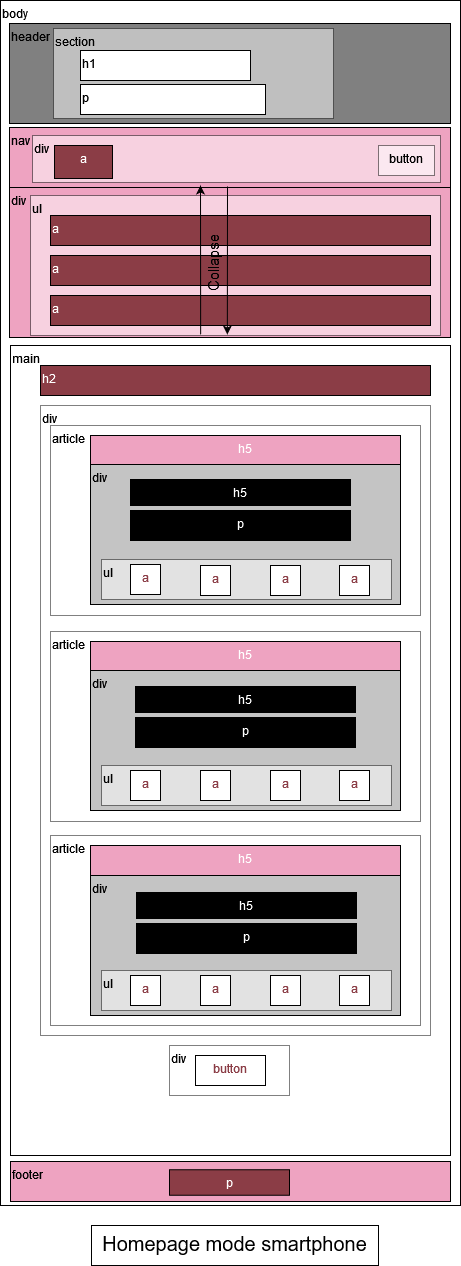
Earlier version of the draw.io export doc/Wireframes/Homepage_mode_smartphone.drawio.png (Nana-fr/Bank_account_management_app). Source tidied: cells renumbered, new cells last; positions are measured from the earlier drawing's top-left corner, leaving out a move shared by most shapes. Source of this version:
```xml
<mxGraphModel>
  <root>
    <mxCell id="0" />
    <mxCell id="1" parent="0" />
    <mxCell id="2" value="&lt;div&gt;body&lt;/div&gt;" style="rounded=0;whiteSpace=wrap;html=1;align=left;labelPosition=center;verticalLabelPosition=middle;verticalAlign=top;" parent="1" vertex="1">
      <mxGeometry width="460" height="1205" as="geometry" />
    </mxCell>
    <mxCell id="3" value="nav" style="rounded=0;whiteSpace=wrap;html=1;align=left;verticalAlign=top;fillColor=#eea3c1;" parent="1" vertex="1">
      <mxGeometry x="9" y="127" width="441" height="60" as="geometry" />
    </mxCell>
    <mxCell id="4" value="header" style="rounded=0;whiteSpace=wrap;html=1;align=left;verticalAlign=top;fillColor=#808080;" parent="1" vertex="1">
      <mxGeometry x="9" y="23" width="441" height="100" as="geometry" />
    </mxCell>
    <mxCell id="5" value="main" style="rounded=0;whiteSpace=wrap;html=1;align=left;verticalAlign=top;" parent="1" vertex="1">
      <mxGeometry x="10" y="345" width="440" height="810" as="geometry" />
    </mxCell>
    <mxCell id="6" value="footer" style="rounded=0;whiteSpace=wrap;html=1;align=left;verticalAlign=top;fillColor=#EEA3C1;" parent="1" vertex="1">
      <mxGeometry x="10" y="1161" width="440" height="40" as="geometry" />
    </mxCell>
    <mxCell id="7" value="div" style="rounded=0;whiteSpace=wrap;html=1;align=left;verticalAlign=top;opacity=50;" parent="1" vertex="1">
      <mxGeometry x="40" y="405" width="390" height="630" as="geometry" />
    </mxCell>
    <mxCell id="8" value="article" style="rounded=0;whiteSpace=wrap;html=1;align=left;verticalAlign=top;opacity=50;" parent="1" vertex="1">
      <mxGeometry x="50" y="425" width="370" height="190" as="geometry" />
    </mxCell>
    <mxCell id="9" value="section" style="rounded=0;whiteSpace=wrap;html=1;verticalAlign=top;align=left;opacity=50;" parent="1" vertex="1">
      <mxGeometry x="53" y="28" width="280" height="90" as="geometry" />
    </mxCell>
    <mxCell id="10" value="p" style="rounded=0;whiteSpace=wrap;html=1;align=left;verticalAlign=top;" parent="1" vertex="1">
      <mxGeometry x="80" y="84" width="185" height="30" as="geometry" />
    </mxCell>
    <mxCell id="11" value="h1" style="rounded=0;whiteSpace=wrap;html=1;align=left;verticalAlign=top;" parent="1" vertex="1">
      <mxGeometry x="80" y="50" width="170" height="30" as="geometry" />
    </mxCell>
    <mxCell id="12" value="div" style="rounded=0;whiteSpace=wrap;html=1;shadow=0;fillColor=#FFFFFF;align=left;verticalAlign=top;opacity=50;" parent="1" vertex="1">
      <mxGeometry x="32" y="135" width="408" height="47" as="geometry" />
    </mxCell>
    <mxCell id="13" value="button" style="rounded=0;whiteSpace=wrap;html=1;align=center;verticalAlign=top;opacity=50;" parent="1" vertex="1">
      <mxGeometry x="378" y="145" width="56" height="30" as="geometry" />
    </mxCell>
    <mxCell id="14" value="a" style="rounded=0;whiteSpace=wrap;html=1;shadow=0;fillColor=#8b3d46;align=center;verticalAlign=top;fontColor=#FFFFFF;" parent="1" vertex="1">
      <mxGeometry x="54" y="145" width="58" height="33" as="geometry" />
    </mxCell>
    <mxCell id="15" value="div" style="rounded=0;whiteSpace=wrap;html=1;shadow=0;fillColor=#EEA3C1;align=left;verticalAlign=top;" parent="1" vertex="1">
      <mxGeometry x="9" y="187" width="441" height="150" as="geometry" />
    </mxCell>
    <mxCell id="16" value="ul" style="rounded=0;whiteSpace=wrap;html=1;shadow=0;fillColor=#FFFFFF;align=left;verticalAlign=top;opacity=50;" parent="1" vertex="1">
      <mxGeometry x="30" y="195" width="410" height="140" as="geometry" />
    </mxCell>
    <mxCell id="17" value="a" style="rounded=0;whiteSpace=wrap;html=1;shadow=0;fillColor=#8B3D46;align=left;verticalAlign=top;fontColor=#FFFFFF;" parent="1" vertex="1">
      <mxGeometry x="50" y="215" width="380" height="30" as="geometry" />
    </mxCell>
    <mxCell id="18" value="a" style="rounded=0;whiteSpace=wrap;html=1;shadow=0;fillColor=#8B3D46;align=left;verticalAlign=top;fontColor=#FFFFFF;" parent="1" vertex="1">
      <mxGeometry x="50" y="255" width="380" height="30" as="geometry" />
    </mxCell>
    <mxCell id="19" value="a" style="rounded=0;whiteSpace=wrap;html=1;shadow=0;fillColor=#8B3D46;align=left;verticalAlign=top;fontColor=#FFFFFF;" parent="1" vertex="1">
      <mxGeometry x="50" y="295" width="380" height="30" as="geometry" />
    </mxCell>
    <mxCell id="20" value="h2" style="rounded=0;whiteSpace=wrap;html=1;shadow=0;fontColor=#FFFFFF;fillColor=#8B3D46;align=left;verticalAlign=top;" parent="1" vertex="1">
      <mxGeometry x="40" y="365" width="390" height="30" as="geometry" />
    </mxCell>
    <mxCell id="21" value="h5" style="rounded=0;whiteSpace=wrap;html=1;shadow=0;fontColor=#FFFFFF;fillColor=#EEA3C1;align=center;verticalAlign=top;" parent="1" vertex="1">
      <mxGeometry x="90" y="435" width="310" height="30" as="geometry" />
    </mxCell>
    <mxCell id="22" value="div" style="rounded=0;whiteSpace=wrap;html=1;shadow=0;fontColor=#000000;fillColor=#c4c4c4;align=left;verticalAlign=top;" parent="1" vertex="1">
      <mxGeometry x="90" y="464" width="310" height="140" as="geometry" />
    </mxCell>
    <mxCell id="23" value="h5" style="rounded=0;whiteSpace=wrap;html=1;shadow=0;fontColor=#FFFFFF;fillColor=#000000;align=center;verticalAlign=top;" parent="1" vertex="1">
      <mxGeometry x="130" y="479" width="220" height="26" as="geometry" />
    </mxCell>
    <mxCell id="24" value="p" style="rounded=0;whiteSpace=wrap;html=1;shadow=0;fontColor=#FFFFFF;fillColor=#000000;align=center;verticalAlign=top;" parent="1" vertex="1">
      <mxGeometry x="130" y="510" width="220" height="30" as="geometry" />
    </mxCell>
    <mxCell id="25" value="ul" style="rounded=0;whiteSpace=wrap;html=1;shadow=0;fontColor=#000000;fillColor=#FFFFFF;align=left;verticalAlign=top;opacity=50;" parent="1" vertex="1">
      <mxGeometry x="101" y="559" width="290" height="40" as="geometry" />
    </mxCell>
    <mxCell id="26" value="a" style="rounded=0;whiteSpace=wrap;html=1;shadow=0;fontColor=#8B3D46;fillColor=#FFFFFF;align=center;verticalAlign=top;" parent="1" vertex="1">
      <mxGeometry x="339" y="565" width="30" height="30" as="geometry" />
    </mxCell>
    <mxCell id="27" value="a" style="rounded=0;whiteSpace=wrap;html=1;shadow=0;fontColor=#8B3D46;fillColor=#FFFFFF;align=center;verticalAlign=top;" parent="1" vertex="1">
      <mxGeometry x="270" y="565" width="30" height="30" as="geometry" />
    </mxCell>
    <mxCell id="28" value="a" style="rounded=0;whiteSpace=wrap;html=1;shadow=0;fontColor=#8B3D46;fillColor=#FFFFFF;align=center;verticalAlign=top;" parent="1" vertex="1">
      <mxGeometry x="200" y="565" width="30" height="30" as="geometry" />
    </mxCell>
    <mxCell id="29" value="a" style="rounded=0;whiteSpace=wrap;html=1;shadow=0;fontColor=#8B3D46;fillColor=#FFFFFF;align=center;verticalAlign=top;" parent="1" vertex="1">
      <mxGeometry x="130" y="564" width="30" height="30" as="geometry" />
    </mxCell>
    <mxCell id="30" value="article" style="rounded=0;whiteSpace=wrap;html=1;align=left;verticalAlign=top;opacity=50;" parent="1" vertex="1">
      <mxGeometry x="50" y="631" width="370" height="190" as="geometry" />
    </mxCell>
    <mxCell id="31" value="h5" style="rounded=0;whiteSpace=wrap;html=1;shadow=0;fontColor=#FFFFFF;fillColor=#EEA3C1;align=center;verticalAlign=top;" parent="1" vertex="1">
      <mxGeometry x="90" y="641" width="310" height="30" as="geometry" />
    </mxCell>
    <mxCell id="32" value="div" style="rounded=0;whiteSpace=wrap;html=1;shadow=0;fontColor=#000000;fillColor=#c4c4c4;align=left;verticalAlign=top;" parent="1" vertex="1">
      <mxGeometry x="90" y="670" width="310" height="140" as="geometry" />
    </mxCell>
    <mxCell id="33" value="h5" style="rounded=0;whiteSpace=wrap;html=1;shadow=0;fontColor=#FFFFFF;fillColor=#000000;align=center;verticalAlign=top;" parent="1" vertex="1">
      <mxGeometry x="135" y="686" width="220" height="26" as="geometry" />
    </mxCell>
    <mxCell id="34" value="p" style="rounded=0;whiteSpace=wrap;html=1;shadow=0;fontColor=#FFFFFF;fillColor=#000000;align=center;verticalAlign=top;" parent="1" vertex="1">
      <mxGeometry x="135" y="717" width="220" height="30" as="geometry" />
    </mxCell>
    <mxCell id="35" value="ul" style="rounded=0;whiteSpace=wrap;html=1;shadow=0;fontColor=#000000;fillColor=#FFFFFF;align=left;verticalAlign=top;opacity=50;" parent="1" vertex="1">
      <mxGeometry x="101" y="765" width="290" height="40" as="geometry" />
    </mxCell>
    <mxCell id="36" value="a" style="rounded=0;whiteSpace=wrap;html=1;shadow=0;fontColor=#8B3D46;fillColor=#FFFFFF;align=center;verticalAlign=top;" parent="1" vertex="1">
      <mxGeometry x="130" y="770" width="30" height="30" as="geometry" />
    </mxCell>
    <mxCell id="37" value="a" style="rounded=0;whiteSpace=wrap;html=1;shadow=0;fontColor=#8B3D46;fillColor=#FFFFFF;align=center;verticalAlign=top;" parent="1" vertex="1">
      <mxGeometry x="200" y="770" width="30" height="30" as="geometry" />
    </mxCell>
    <mxCell id="38" value="a" style="rounded=0;whiteSpace=wrap;html=1;shadow=0;fontColor=#8B3D46;fillColor=#FFFFFF;align=center;verticalAlign=top;" parent="1" vertex="1">
      <mxGeometry x="270" y="770" width="30" height="30" as="geometry" />
    </mxCell>
    <mxCell id="39" value="a" style="rounded=0;whiteSpace=wrap;html=1;shadow=0;fontColor=#8B3D46;fillColor=#FFFFFF;align=center;verticalAlign=top;" parent="1" vertex="1">
      <mxGeometry x="339" y="770" width="30" height="30" as="geometry" />
    </mxCell>
    <mxCell id="40" value="article" style="rounded=0;whiteSpace=wrap;html=1;align=left;verticalAlign=top;opacity=50;" parent="1" vertex="1">
      <mxGeometry x="50" y="835" width="370" height="190" as="geometry" />
    </mxCell>
    <mxCell id="41" value="h5" style="rounded=0;whiteSpace=wrap;html=1;shadow=0;fontColor=#FFFFFF;fillColor=#EEA3C1;align=center;verticalAlign=top;" parent="1" vertex="1">
      <mxGeometry x="90" y="845" width="310" height="30" as="geometry" />
    </mxCell>
    <mxCell id="42" value="div" style="rounded=0;whiteSpace=wrap;html=1;shadow=0;fontColor=#000000;fillColor=#c4c4c4;align=left;verticalAlign=top;" parent="1" vertex="1">
      <mxGeometry x="90" y="875" width="310" height="140" as="geometry" />
    </mxCell>
    <mxCell id="43" value="h5" style="rounded=0;whiteSpace=wrap;html=1;shadow=0;fontColor=#FFFFFF;fillColor=#000000;align=center;verticalAlign=top;" parent="1" vertex="1">
      <mxGeometry x="136" y="892" width="220" height="26" as="geometry" />
    </mxCell>
    <mxCell id="44" value="p" style="rounded=0;whiteSpace=wrap;html=1;shadow=0;fontColor=#FFFFFF;fillColor=#000000;align=center;verticalAlign=top;" parent="1" vertex="1">
      <mxGeometry x="136" y="923" width="220" height="30" as="geometry" />
    </mxCell>
    <mxCell id="45" value="ul" style="rounded=0;whiteSpace=wrap;html=1;shadow=0;fontColor=#000000;fillColor=#FFFFFF;align=left;verticalAlign=top;opacity=50;" parent="1" vertex="1">
      <mxGeometry x="101" y="970" width="290" height="40" as="geometry" />
    </mxCell>
    <mxCell id="46" value="a" style="rounded=0;whiteSpace=wrap;html=1;shadow=0;fontColor=#8B3D46;fillColor=#FFFFFF;align=center;verticalAlign=top;" parent="1" vertex="1">
      <mxGeometry x="130" y="975" width="30" height="30" as="geometry" />
    </mxCell>
    <mxCell id="47" value="a" style="rounded=0;whiteSpace=wrap;html=1;shadow=0;fontColor=#8B3D46;fillColor=#FFFFFF;align=center;verticalAlign=top;" parent="1" vertex="1">
      <mxGeometry x="200" y="975" width="30" height="30" as="geometry" />
    </mxCell>
    <mxCell id="48" value="a" style="rounded=0;whiteSpace=wrap;html=1;shadow=0;fontColor=#8B3D46;fillColor=#FFFFFF;align=center;verticalAlign=top;" parent="1" vertex="1">
      <mxGeometry x="270" y="975" width="30" height="30" as="geometry" />
    </mxCell>
    <mxCell id="49" value="a" style="rounded=0;whiteSpace=wrap;html=1;shadow=0;fontColor=#8B3D46;fillColor=#FFFFFF;align=center;verticalAlign=top;" parent="1" vertex="1">
      <mxGeometry x="339" y="975" width="30" height="30" as="geometry" />
    </mxCell>
    <mxCell id="50" value="div" style="rounded=0;whiteSpace=wrap;html=1;shadow=0;fontColor=#000000;fillColor=#FFFFFF;align=left;verticalAlign=top;opacity=50;" parent="1" vertex="1">
      <mxGeometry x="169" y="1045" width="120" height="50" as="geometry" />
    </mxCell>
    <mxCell id="51" value="button" style="rounded=0;whiteSpace=wrap;html=1;shadow=0;fontColor=#8B3D46;fillColor=#FFFFFF;align=center;verticalAlign=top;" parent="1" vertex="1">
      <mxGeometry x="195" y="1055" width="70" height="30" as="geometry" />
    </mxCell>
    <mxCell id="52" value="&lt;div align=&quot;center&quot;&gt;p&lt;/div&gt;" style="rounded=0;whiteSpace=wrap;html=1;shadow=0;fontColor=#FFFFFF;fillColor=#8B3D46;align=center;verticalAlign=top;" parent="1" vertex="1">
      <mxGeometry x="169" y="1169.2" width="120" height="25.5" as="geometry" />
    </mxCell>
    <mxCell id="53" style="endArrow=classic;html=1;rounded=0;fontColor=#FFFFFF;exitX=0.415;exitY=0.993;exitDx=0;exitDy=0;exitPerimeter=0;" parent="1" edge="1" source="16">
      <mxGeometry relative="1" as="geometry">
        <mxPoint x="200" y="185" as="targetPoint" />
      </mxGeometry>
    </mxCell>
    <mxCell id="54" style="endArrow=classic;html=1;rounded=0;fontColor=#FFFFFF;entryX=0.463;entryY=0.986;entryDx=0;entryDy=0;entryPerimeter=0;" parent="1" edge="1">
      <mxGeometry relative="1" as="geometry">
        <mxPoint x="227" y="186" as="sourcePoint" />
        <mxPoint x="226.8" y="334" as="targetPoint" />
      </mxGeometry>
    </mxCell>
    <mxCell id="55" value="Collapse" style="rounded=0;html=1;shadow=0;fontColor=#000000;fillColor=none;align=center;verticalAlign=top;horizontal=0;fontSize=15;whiteSpace=wrap;strokeColor=none;" parent="1" vertex="1">
      <mxGeometry x="197" y="212" width="30" height="100" as="geometry" />
    </mxCell>
    <mxCell id="56" value="&lt;font style=&quot;font-size: 20px&quot;&gt;Homepage mode smartphone&lt;/font&gt;" style="rounded=0;whiteSpace=wrap;html=1;shadow=0;fontSize=15;fontColor=#000000;fillColor=none;align=center;verticalAlign=top;" parent="1" vertex="1">
      <mxGeometry x="91" y="1225" width="287" height="40" as="geometry" />
    </mxCell>
  </root>
</mxGraphModel>
```
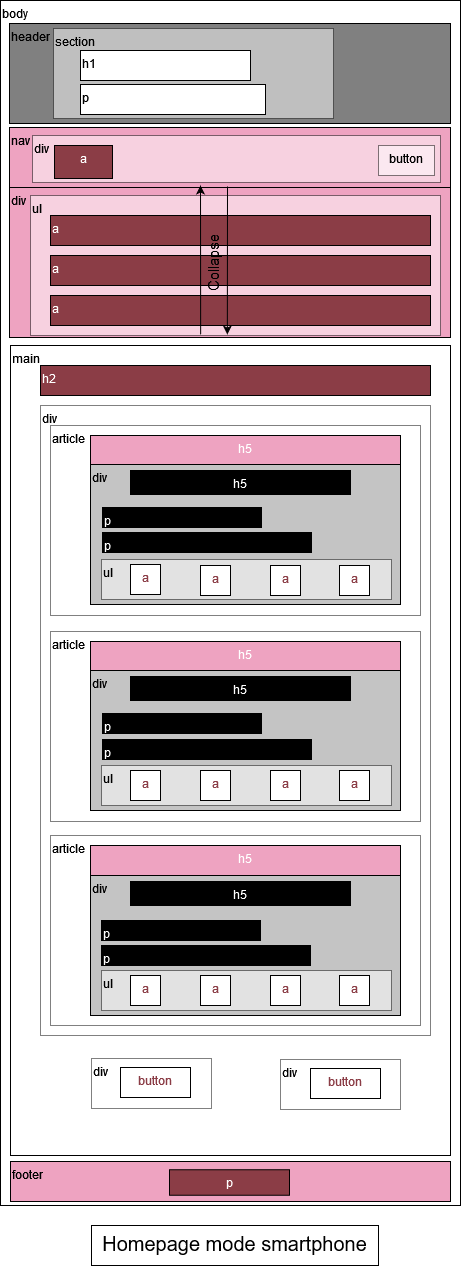
Above is the later version.

Commit message:
modified homepage wireframes

What changed in the source:
```diff
@@ -66,10 +66,10 @@
       <mxGeometry x="90" y="464" width="310" height="140" as="geometry" />
     </mxCell>
     <mxCell id="23" value="h5" style="rounded=0;whiteSpace=wrap;html=1;shadow=0;fontColor=#FFFFFF;fillColor=#000000;align=center;verticalAlign=top;" parent="1" vertex="1">
-      <mxGeometry x="130" y="479" width="220" height="26" as="geometry" />
+      <mxGeometry x="130" y="470" width="220" height="24" as="geometry" />
     </mxCell>
-    <mxCell id="24" value="p" style="rounded=0;whiteSpace=wrap;html=1;shadow=0;fontColor=#FFFFFF;fillColor=#000000;align=center;verticalAlign=top;" parent="1" vertex="1">
-      <mxGeometry x="130" y="510" width="220" height="30" as="geometry" />
+    <mxCell id="24" value="p" style="rounded=0;whiteSpace=wrap;html=1;shadow=0;fontColor=#FFFFFF;fillColor=#000000;align=left;verticalAlign=top;" parent="1" vertex="1">
+      <mxGeometry x="102" y="507" width="159" height="20" as="geometry" />
     </mxCell>
     <mxCell id="25" value="ul" style="rounded=0;whiteSpace=wrap;html=1;shadow=0;fontColor=#000000;fillColor=#FFFFFF;align=left;verticalAlign=top;opacity=50;" parent="1" vertex="1">
       <mxGeometry x="101" y="559" width="290" height="40" as="geometry" />
@@ -95,12 +95,6 @@
     <mxCell id="32" value="div" style="rounded=0;whiteSpace=wrap;html=1;shadow=0;fontColor=#000000;fillColor=#c4c4c4;align=left;verticalAlign=top;" parent="1" vertex="1">
       <mxGeometry x="90" y="670" width="310" height="140" as="geometry" />
     </mxCell>
-    <mxCell id="33" value="h5" style="rounded=0;whiteSpace=wrap;html=1;shadow=0;fontColor=#FFFFFF;fillColor=#000000;align=center;verticalAlign=top;" parent="1" vertex="1">
-      <mxGeometry x="135" y="686" width="220" height="26" as="geometry" />
-    </mxCell>
-    <mxCell id="34" value="p" style="rounded=0;whiteSpace=wrap;html=1;shadow=0;fontColor=#FFFFFF;fillColor=#000000;align=center;verticalAlign=top;" parent="1" vertex="1">
-      <mxGeometry x="135" y="717" width="220" height="30" as="geometry" />
-    </mxCell>
     <mxCell id="35" value="ul" style="rounded=0;whiteSpace=wrap;html=1;shadow=0;fontColor=#000000;fillColor=#FFFFFF;align=left;verticalAlign=top;opacity=50;" parent="1" vertex="1">
       <mxGeometry x="101" y="765" width="290" height="40" as="geometry" />
     </mxCell>
@@ -125,12 +119,6 @@
     <mxCell id="42" value="div" style="rounded=0;whiteSpace=wrap;html=1;shadow=0;fontColor=#000000;fillColor=#c4c4c4;align=left;verticalAlign=top;" parent="1" vertex="1">
       <mxGeometry x="90" y="875" width="310" height="140" as="geometry" />
     </mxCell>
-    <mxCell id="43" value="h5" style="rounded=0;whiteSpace=wrap;html=1;shadow=0;fontColor=#FFFFFF;fillColor=#000000;align=center;verticalAlign=top;" parent="1" vertex="1">
-      <mxGeometry x="136" y="892" width="220" height="26" as="geometry" />
-    </mxCell>
-    <mxCell id="44" value="p" style="rounded=0;whiteSpace=wrap;html=1;shadow=0;fontColor=#FFFFFF;fillColor=#000000;align=center;verticalAlign=top;" parent="1" vertex="1">
-      <mxGeometry x="136" y="923" width="220" height="30" as="geometry" />
-    </mxCell>
     <mxCell id="45" value="ul" style="rounded=0;whiteSpace=wrap;html=1;shadow=0;fontColor=#000000;fillColor=#FFFFFF;align=left;verticalAlign=top;opacity=50;" parent="1" vertex="1">
       <mxGeometry x="101" y="970" width="290" height="40" as="geometry" />
     </mxCell>
@@ -147,11 +135,8 @@
       <mxGeometry x="339" y="975" width="30" height="30" as="geometry" />
     </mxCell>
     <mxCell id="50" value="div" style="rounded=0;whiteSpace=wrap;html=1;shadow=0;fontColor=#000000;fillColor=#FFFFFF;align=left;verticalAlign=top;opacity=50;" parent="1" vertex="1">
-      <mxGeometry x="169" y="1045" width="120" height="50" as="geometry" />
+      <mxGeometry x="91" y="1058" width="120" height="50" as="geometry" />
     </mxCell>
-    <mxCell id="51" value="button" style="rounded=0;whiteSpace=wrap;html=1;shadow=0;fontColor=#8B3D46;fillColor=#FFFFFF;align=center;verticalAlign=top;" parent="1" vertex="1">
-      <mxGeometry x="195" y="1055" width="70" height="30" as="geometry" />
-    </mxCell>
     <mxCell id="52" value="&lt;div align=&quot;center&quot;&gt;p&lt;/div&gt;" style="rounded=0;whiteSpace=wrap;html=1;shadow=0;fontColor=#FFFFFF;fillColor=#8B3D46;align=center;verticalAlign=top;" parent="1" vertex="1">
       <mxGeometry x="169" y="1169.2" width="120" height="25.5" as="geometry" />
     </mxCell>
@@ -172,5 +157,35 @@
     <mxCell id="56" value="&lt;font style=&quot;font-size: 20px&quot;&gt;Homepage mode smartphone&lt;/font&gt;" style="rounded=0;whiteSpace=wrap;html=1;shadow=0;fontSize=15;fontColor=#000000;fillColor=none;align=center;verticalAlign=top;" parent="1" vertex="1">
       <mxGeometry x="91" y="1225" width="287" height="40" as="geometry" />
     </mxCell>
+    <mxCell id="57" value="p" style="rounded=0;whiteSpace=wrap;html=1;shadow=0;fontColor=#FFFFFF;fillColor=#000000;align=left;verticalAlign=top;" parent="1" vertex="1">
+      <mxGeometry x="102" y="532" width="209" height="20" as="geometry" />
+    </mxCell>
+    <mxCell id="58" value="h5" style="rounded=0;whiteSpace=wrap;html=1;shadow=0;fontColor=#FFFFFF;fillColor=#000000;align=center;verticalAlign=top;" parent="1" vertex="1">
+      <mxGeometry x="130" y="676" width="220" height="24" as="geometry" />
+    </mxCell>
+    <mxCell id="59" value="h5" style="rounded=0;whiteSpace=wrap;html=1;shadow=0;fontColor=#FFFFFF;fillColor=#000000;align=center;verticalAlign=top;" parent="1" vertex="1">
+      <mxGeometry x="130" y="881" width="220" height="24" as="geometry" />
+    </mxCell>
+    <mxCell id="60" value="p" style="rounded=0;whiteSpace=wrap;html=1;shadow=0;fontColor=#FFFFFF;fillColor=#000000;align=left;verticalAlign=top;" parent="1" vertex="1">
+      <mxGeometry x="102" y="713" width="159" height="20" as="geometry" />
+    </mxCell>
+    <mxCell id="61" value="p" style="rounded=0;whiteSpace=wrap;html=1;shadow=0;fontColor=#FFFFFF;fillColor=#000000;align=left;verticalAlign=top;" parent="1" vertex="1">
+      <mxGeometry x="102" y="739" width="209" height="20" as="geometry" />
+    </mxCell>
+    <mxCell id="62" value="p" style="rounded=0;whiteSpace=wrap;html=1;shadow=0;fontColor=#FFFFFF;fillColor=#000000;align=left;verticalAlign=top;" parent="1" vertex="1">
+      <mxGeometry x="101" y="920" width="159" height="20" as="geometry" />
+    </mxCell>
+    <mxCell id="63" value="p" style="rounded=0;whiteSpace=wrap;html=1;shadow=0;fontColor=#FFFFFF;fillColor=#000000;align=left;verticalAlign=top;" parent="1" vertex="1">
+      <mxGeometry x="101" y="945" width="209" height="20" as="geometry" />
+    </mxCell>
+    <mxCell id="64" value="div" style="rounded=0;whiteSpace=wrap;html=1;shadow=0;fontColor=#000000;fillColor=#FFFFFF;align=left;verticalAlign=top;opacity=50;" parent="1" vertex="1">
+      <mxGeometry x="280" y="1059" width="120" height="50" as="geometry" />
+    </mxCell>
+    <mxCell id="65" value="button" style="rounded=0;whiteSpace=wrap;html=1;shadow=0;fontColor=#8B3D46;fillColor=#FFFFFF;align=center;verticalAlign=top;" parent="1" vertex="1">
+      <mxGeometry x="310" y="1068" width="70" height="30" as="geometry" />
+    </mxCell>
+    <mxCell id="66" value="button" style="rounded=0;whiteSpace=wrap;html=1;shadow=0;fontColor=#8B3D46;fillColor=#FFFFFF;align=center;verticalAlign=top;" parent="1" vertex="1">
+      <mxGeometry x="120" y="1067" width="70" height="30" as="geometry" />
+    </mxCell>
   </root>
 </mxGraphModel>
```
